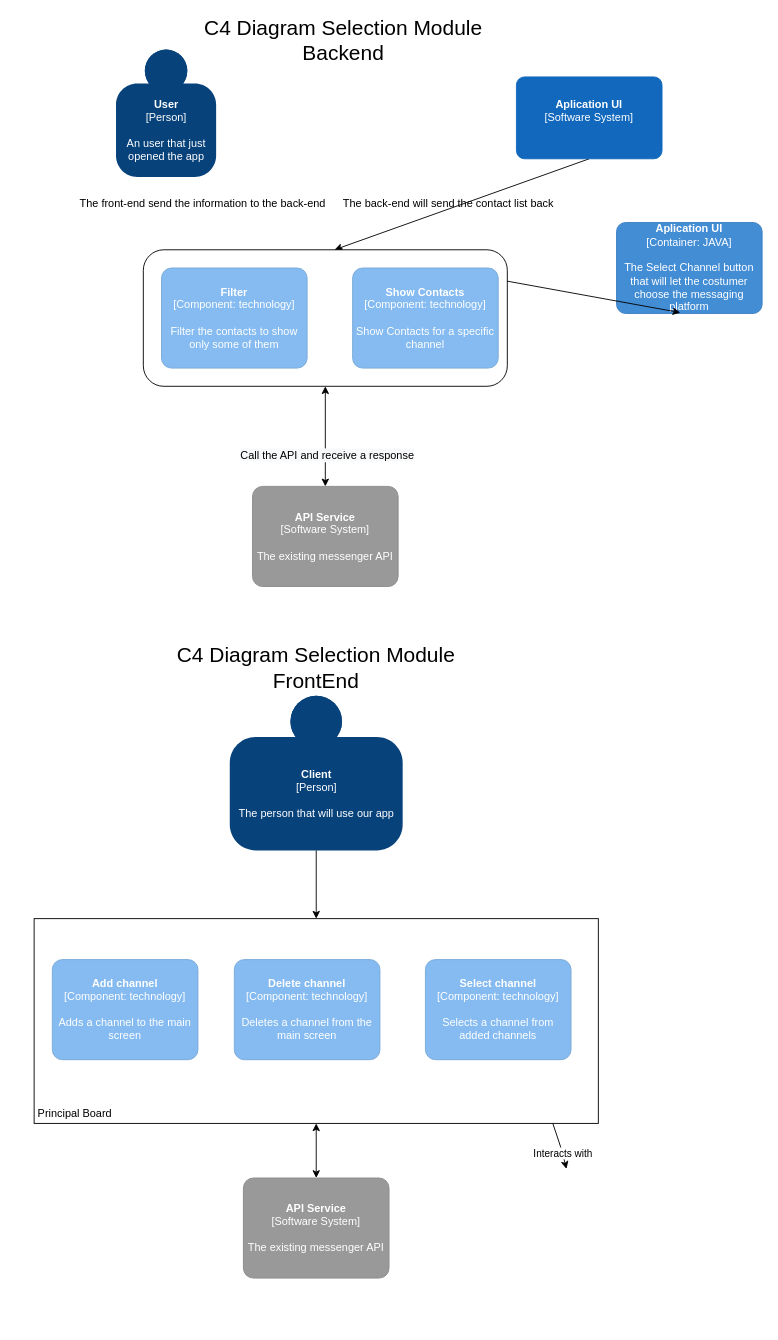
HristeaIonut/Morse-Diagrams keeps this draw.io diagram as page "Channel Management Module" (2 of 4) of Diagrama_Finala_IP.drawio. Above is the earlier version. Source tidied: cells renumbered, new cells numbered last; positions are measured from the earlier drawing's top-left corner, leaving out a move shared by most shapes. Both pictures are drawn from the tidied source at 91%, with x=0, y=0 at pixel (15, 31).
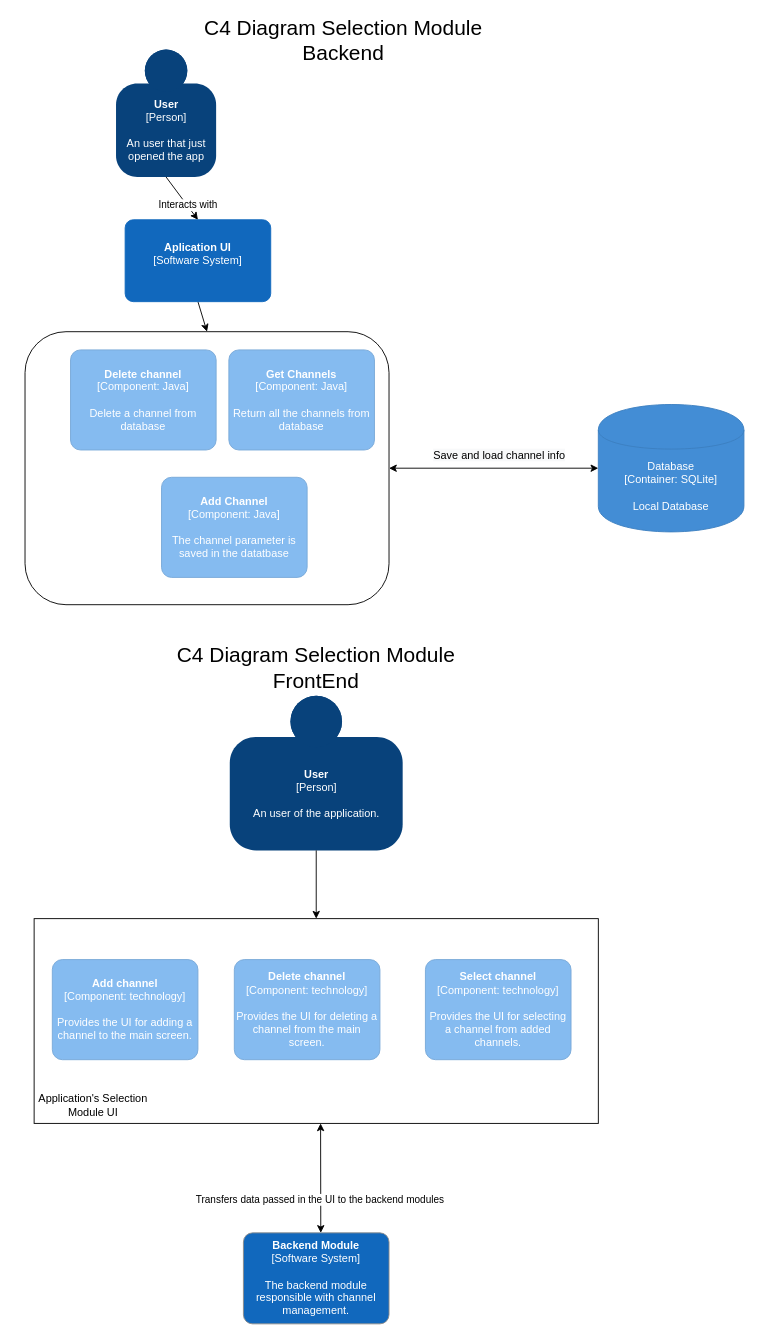
The same page after the edit.

The change refers to these unchanged cells:
```xml
<mxCell id="4" style="rounded=0;whiteSpace=wrap;html=1;" parent="1" vertex="1">
  <mxGeometry x="20" y="975" width="620" height="225" as="geometry" />
</mxCell>
<object id="21" label="&lt;b&gt;%c4Name%&lt;/b&gt;&lt;div&gt;[%c4Type%]&lt;/div&gt;&lt;br&gt;&lt;div&gt;%c4Description%&lt;/div&gt;" c4Description="An user that just &#10;opened the app" c4Name="User" c4Type="Person" placeholders="1">
  <mxCell style="html=1;dashed=0;whitespace=wrap;fillColor=#08427b;strokeColor=none;fontColor=#ffffff;shape=mxgraph.c4.person;align=center;points=[[0.5,0,0],[1,0.5,0],[1,0.75,0],[0.75,1,0],[0.5,1,0],[0.25,1,0],[0,0.75,0],[0,0.5,0]];metaData={&quot;c4Type&quot;:{&quot;editable&quot;:false}};" parent="1" vertex="1">
    <mxGeometry x="110" y="20" width="110" height="140" as="geometry" />
  </mxCell>
</object>
```

The edit, as a diff of the source:
```diff
@@
-    <object id="2" label="&lt;b&gt;%c4Name%&lt;/b&gt;&lt;div&gt;[%c4Type%]&lt;/div&gt;&lt;br&gt;&lt;div&gt;%c4Description%&lt;/div&gt;" c4Description="The person that will use our app&#10;" c4Name="Client" c4Type="Person" placeholders="1">
+    <object id="2" label="&lt;b&gt;%c4Name%&lt;/b&gt;&lt;div&gt;[%c4Type%]&lt;/div&gt;&lt;br&gt;&lt;div&gt;%c4Description%&lt;/div&gt;" c4Description="An user of the application." c4Name="User" c4Type="Person" placeholders="1">
       <mxCell style="html=1;dashed=0;whitespace=wrap;fillColor=#08427b;strokeColor=none;fontColor=#ffffff;shape=mxgraph.c4.person;align=center;points=[[0.5,0,0],[1,0.5,0],[1,0.75,0],[0.75,1,0],[0.5,1,0],[0.25,1,0],[0,0.75,0],[0,0.5,0]];metaData={&quot;c4Type&quot;:{&quot;editable&quot;:false}};" parent="1" vertex="1">
         <mxGeometry x="235" y="730" width="190" height="170" as="geometry" />
       </mxCell>
     </object>
@@
-    <mxCell id="5" value="Principal Board" style="text;html=1;strokeColor=none;fillColor=none;align=center;verticalAlign=middle;whiteSpace=wrap;rounded=0;" parent="1" vertex="1">
-      <mxGeometry y="1180" width="130" height="20" as="geometry" />
+    <mxCell id="5" value="&lt;div&gt;Application's Selection Module UI&lt;/div&gt;" style="text;html=1;strokeColor=none;fillColor=none;align=center;verticalAlign=middle;whiteSpace=wrap;rounded=0;" parent="1" vertex="1">
+      <mxGeometry x="20" y="1170" width="130" height="20" as="geometry" />
     </mxCell>
@@
-    <object id="9" label="&lt;b&gt;%c4Name%&lt;/b&gt;&lt;div&gt;[%c4Type%]&lt;/div&gt;&lt;br&gt;&lt;div&gt;%c4Description%&lt;/div&gt;" c4Description="The existing messenger API" c4Name="API Service" c4Type="Software System" placeholders="1">
-      <mxCell style="rounded=1;whiteSpace=wrap;html=1;labelBackgroundColor=none;fillColor=#999999;fontColor=#ffffff;align=center;arcSize=10;strokeColor=#8A8A8A;metaData={&quot;c4Type&quot;:{&quot;editable&quot;:false}};points=[[0.25,0,0],[0.5,0,0],[0.75,0,0],[1,0.25,0],[1,0.5,0],[1,0.75,0],[0.75,1,0],[0.5,1,0],[0.25,1,0],[0,0.75,0],[0,0.5,0],[0,0.25,0]];" parent="1" vertex="1">
-        <mxGeometry x="250" y="1260" width="160" height="110" as="geometry" />
-      </mxCell>
-    </object>
-    <mxCell id="10" style="endArrow=classic;startArrow=classic;html=1;exitX=0.5;exitY=1;exitDx=0;exitDy=0;entryX=0.5;entryY=0;entryDx=0;entryDy=0;entryPerimeter=0;" parent="1" edge="1" source="4" target="9">
-      <mxGeometry relative="1" as="geometry" />
-    </mxCell>
-    <object id="11" label="&lt;b&gt;%c4Name%&lt;/b&gt;&lt;div&gt;[%c4Type%: %c4Technology%]&lt;/div&gt;&lt;br&gt;&lt;div&gt;%c4Description%&lt;/div&gt;" c4Description="The Select Channel button that will let the costumer choose the messaging platform" c4Name="Aplication UI" c4Technology="JAVA" c4Type="Container" placeholders="1">
-      <mxCell style="rounded=1;whiteSpace=wrap;html=1;labelBackgroundColor=none;fillColor=#438DD5;fontColor=#ffffff;align=center;arcSize=10;strokeColor=#3C7FC0;metaData={&quot;c4Type&quot;:{&quot;editable&quot;:false}};points=[[0.25,0,0],[0.5,0,0],[0.75,0,0],[1,0.25,0],[1,0.5,0],[1,0.75,0],[0.75,1,0],[0.5,1,0],[0.25,1,0],[0,0.75,0],[0,0.5,0],[0,0.25,0]];" parent="1" vertex="1">
-        <mxGeometry x="660" y="210" width="160" height="100" as="geometry" />
-      </mxCell>
-    </object>
-    <mxCell id="12" style="endArrow=classic;html=1;exitX=0.5;exitY=1;exitDx=0;exitDy=0;exitPerimeter=0;entryX=0.5;entryY=0;entryDx=0;entryDy=0;entryPerimeter=0;" parent="1" edge="1" source="23">
-      <mxGeometry relative="1" as="geometry">
-        <mxPoint x="350" y="240" as="targetPoint" />
-      </mxGeometry>
+    <mxCell id="12" style="endArrow=classic;html=1;exitX=0.5;exitY=1;exitDx=0;exitDy=0;exitPerimeter=0;entryX=0.5;entryY=0;entryDx=0;entryDy=0;" parent="1" edge="1" source="23" target="16">
+      <mxGeometry relative="1" as="geometry" />
     </mxCell>
-    <mxCell id="13" value="The front-end send the information to the back-end" style="text;html=1;align=center;verticalAlign=middle;" parent="1" vertex="1">
-      <mxGeometry x="60" y="180" width="290" height="20" as="geometry" />
-    </mxCell>
-    <mxCell id="14" style="endArrow=classic;startArrow=classic;html=1;exitX=0.5;exitY=0;exitDx=0;exitDy=0;exitPerimeter=0;entryX=0.438;entryY=0.99;entryDx=0;entryDy=0;entryPerimeter=0;" parent="1" edge="1" target="11">
-      <mxGeometry relative="1" as="geometry">
-        <mxPoint x="350" y="240" as="sourcePoint" />
-      </mxGeometry>
-    </mxCell>
-    <mxCell id="15" value="The back-end will send the contact list back&lt;br&gt;" style="text;html=1;align=center;verticalAlign=middle;" parent="1" vertex="1">
-      <mxGeometry x="350" y="180" width="250" height="20" as="geometry" />
-    </mxCell>
     <mxCell id="16" style="rounded=1;whiteSpace=wrap;html=1;" parent="1" vertex="1">
-      <mxGeometry x="140" y="240" width="400" height="150" as="geometry" />
+      <mxGeometry x="10" y="330" width="400" height="300" as="geometry" />
     </mxCell>
-    <mxCell id="17" style="endArrow=classic;startArrow=classic;html=1;entryX=0.5;entryY=0;entryDx=0;entryDy=0;entryPerimeter=0;exitX=0.5;exitY=1;exitDx=0;exitDy=0;" parent="1" edge="1" source="16" target="28">
-      <mxGeometry relative="1" as="geometry" />
-    </mxCell>
-    <mxCell id="18" value="&lt;span style=&quot;font-size: 12px ; background-color: rgb(248 , 249 , 250)&quot;&gt;Call the API and receive a response&lt;/span&gt;" style="edgeLabel;html=1;align=center;verticalAlign=middle;" parent="17" vertex="1">
-      <mxGeometry x="0.36" y="1" relative="1" as="geometry" />
-    </mxCell>
@@
-    <object id="22" label="&lt;b&gt;%c4Name%&lt;/b&gt;&lt;div&gt;[%c4Type%: %c4Technology%]&lt;/div&gt;&lt;br&gt;&lt;div&gt;%c4Description%&lt;/div&gt;" c4Description="Adds a channel to the main screen" c4Name="Add channel" c4Technology="technology" c4Type="Component" placeholders="1">
+    <object id="22" label="&lt;b&gt;%c4Name%&lt;/b&gt;&lt;div&gt;[%c4Type%: %c4Technology%]&lt;/div&gt;&lt;br&gt;&lt;div&gt;%c4Description%&lt;/div&gt;" c4Description="Provides the UI for adding a channel to the main screen." c4Name="Add channel" c4Technology="technology" c4Type="Component" placeholders="1">
       <mxCell style="rounded=1;whiteSpace=wrap;html=1;labelBackgroundColor=none;fillColor=#85BBF0;fontColor=#ffffff;align=center;arcSize=10;strokeColor=#78A8D8;metaData={&quot;c4Type&quot;:{&quot;editable&quot;:false}};" parent="1" vertex="1">
         <mxGeometry x="40" y="1020" width="160" height="110" as="geometry" />
       </mxCell>
     </object>
     <object id="23" label="&lt;b&gt;%c4Name%&lt;/b&gt;&lt;div&gt;[%c4Type%]&lt;/div&gt;&lt;br&gt;&lt;div&gt;%c4Description%&lt;/div&gt;" c4Description="" c4Name="Aplication UI" c4Type="Software System" placeholders="1">
       <mxCell style="rounded=1;whiteSpace=wrap;html=1;labelBackgroundColor=none;fillColor=#1168BD;fontColor=#ffffff;align=center;arcSize=10;strokeColor=#1168BD;metaData={&quot;c4Type&quot;:{&quot;editable&quot;:false}};points=[[0.25,0,0],[0.5,0,0],[0.75,0,0],[1,0.25,0],[1,0.5,0],[1,0.75,0],[0.75,1,0],[0.5,1,0],[0.25,1,0],[0,0.75,0],[0,0.5,0],[0,0.25,0]];" parent="1" vertex="1">
-        <mxGeometry x="550" y="50" width="160" height="90" as="geometry" />
+        <mxGeometry x="120" y="207" width="160" height="90" as="geometry" />
       </mxCell>
     </object>
-    <object id="24" label="&lt;b&gt;%c4Name%&lt;/b&gt;&lt;div&gt;[%c4Type%: %c4Technology%]&lt;/div&gt;&lt;br&gt;&lt;div&gt;%c4Description%&lt;/div&gt;" c4Description="Deletes a channel from the main screen" c4Name="Delete channel&#10;" c4Technology="technology" c4Type="Component" placeholders="1">
+    <object id="24" label="&lt;b&gt;%c4Name%&lt;/b&gt;&lt;div&gt;[%c4Type%: %c4Technology%]&lt;/div&gt;&lt;br&gt;&lt;div&gt;%c4Description%&lt;/div&gt;" c4Description="Provides the UI for deleting a channel from the main screen." c4Name="Delete channel&#10;" c4Technology="technology" c4Type="Component" placeholders="1">
       <mxCell style="rounded=1;whiteSpace=wrap;html=1;labelBackgroundColor=none;fillColor=#85BBF0;fontColor=#ffffff;align=center;arcSize=10;strokeColor=#78A8D8;metaData={&quot;c4Type&quot;:{&quot;editable&quot;:false}};" parent="1" vertex="1">
         <mxGeometry x="240" y="1020" width="160" height="110" as="geometry" />
       </mxCell>
     </object>
-    <object id="25" label="&lt;b&gt;%c4Name%&lt;/b&gt;&lt;div&gt;[%c4Type%: %c4Technology%]&lt;/div&gt;&lt;br&gt;&lt;div&gt;%c4Description%&lt;/div&gt;" c4Description="Selects a channel from added channels" c4Name="Select channel" c4Technology="technology" c4Type="Component" placeholders="1">
+    <object id="25" label="&lt;b&gt;%c4Name%&lt;/b&gt;&lt;div&gt;[%c4Type%: %c4Technology%]&lt;/div&gt;&lt;br&gt;&lt;div&gt;%c4Description%&lt;/div&gt;" c4Description="Provides the UI for selecting a channel from added channels." c4Name="Select channel" c4Technology="technology" c4Type="Component" placeholders="1">
       <mxCell style="rounded=1;whiteSpace=wrap;html=1;labelBackgroundColor=none;fillColor=#85BBF0;fontColor=#ffffff;align=center;arcSize=10;strokeColor=#78A8D8;metaData={&quot;c4Type&quot;:{&quot;editable&quot;:false}};" parent="1" vertex="1">
         <mxGeometry x="450" y="1020" width="160" height="110" as="geometry" />
       </mxCell>
     </object>
-    <object id="26" label="&lt;b&gt;%c4Name%&lt;/b&gt;&lt;div&gt;[%c4Type%: %c4Technology%]&lt;/div&gt;&lt;br&gt;&lt;div&gt;%c4Description%&lt;/div&gt;" c4Description="Show Contacts for a specific channel" c4Name="Show Contacts" c4Technology="technology" c4Type="Component" placeholders="1">
+    <object id="26" label="&lt;b&gt;%c4Name%&lt;/b&gt;&lt;div&gt;[%c4Type%: %c4Technology%]&lt;/div&gt;&lt;br&gt;&lt;div&gt;%c4Description%&lt;/div&gt;" c4Description="Return all the channels from database" c4Name="Get Channels" c4Technology="Java" c4Type="Component" placeholders="1">
       <mxCell style="rounded=1;whiteSpace=wrap;html=1;labelBackgroundColor=none;fillColor=#85BBF0;fontColor=#ffffff;align=center;arcSize=10;strokeColor=#78A8D8;metaData={&quot;c4Type&quot;:{&quot;editable&quot;:false}};" parent="1" vertex="1">
-        <mxGeometry x="370" y="260" width="160" height="110" as="geometry" />
+        <mxGeometry x="234" y="350" width="160" height="110" as="geometry" />
       </mxCell>
     </object>
-    <object id="27" label="&lt;b&gt;%c4Name%&lt;/b&gt;&lt;div&gt;[%c4Type%: %c4Technology%]&lt;/div&gt;&lt;br&gt;&lt;div&gt;%c4Description%&lt;/div&gt;" c4Description="Filter the contacts to show only some of them" c4Name="Filter" c4Technology="technology" c4Type="Component" placeholders="1">
+    <object id="27" label="&lt;b&gt;%c4Name%&lt;/b&gt;&lt;div&gt;[%c4Type%: %c4Technology%]&lt;/div&gt;&lt;br&gt;&lt;div&gt;%c4Description%&lt;/div&gt;" c4Description="Delete a channel from database" c4Name="Delete channel" c4Technology="Java" c4Type="Component" placeholders="1">
       <mxCell style="rounded=1;whiteSpace=wrap;html=1;labelBackgroundColor=none;fillColor=#85BBF0;fontColor=#ffffff;align=center;arcSize=10;strokeColor=#78A8D8;metaData={&quot;c4Type&quot;:{&quot;editable&quot;:false}};" parent="1" vertex="1">
-        <mxGeometry x="160" y="260" width="160" height="110" as="geometry" />
+        <mxGeometry x="60" y="350" width="160" height="110" as="geometry" />
       </mxCell>
     </object>
-    <object id="28" label="&lt;b&gt;%c4Name%&lt;/b&gt;&lt;div&gt;[%c4Type%]&lt;/div&gt;&lt;br&gt;&lt;div&gt;%c4Description%&lt;/div&gt;" c4Description="The existing messenger API" c4Name="API Service" c4Type="Software System" placeholders="1">
-      <mxCell style="rounded=1;whiteSpace=wrap;html=1;labelBackgroundColor=none;fillColor=#999999;fontColor=#ffffff;align=center;arcSize=10;strokeColor=#8A8A8A;metaData={&quot;c4Type&quot;:{&quot;editable&quot;:false}};points=[[0.25,0,0],[0.5,0,0],[0.75,0,0],[1,0.25,0],[1,0.5,0],[1,0.75,0],[0.75,1,0],[0.5,1,0],[0.25,1,0],[0,0.75,0],[0,0.5,0],[0,0.25,0]];" parent="1" vertex="1">
-        <mxGeometry x="260" y="500" width="160" height="110" as="geometry" />
-      </mxCell>
-    </object>
-    <mxCell id="29" style="endArrow=classic;html=1;exitX=0.5;exitY=1;exitDx=0;exitDy=0;exitPerimeter=0;entryX=0.5;entryY=0;entryDx=0;entryDy=0;entryPerimeter=0;" parent="1" edge="1">
-      <mxGeometry relative="1" as="geometry">
-        <mxPoint x="590" y="1200" as="sourcePoint" />
-        <mxPoint x="605" y="1250" as="targetPoint" />
-        <Array as="points">
-          <mxPoint x="600" y="1230" />
-        </Array>
-      </mxGeometry>
-    </mxCell>
+    <mxCell id="31" style="endArrow=classic;html=1;entryX=0.5;entryY=0;entryDx=0;entryDy=0;entryPerimeter=0;exitX=0.5;exitY=1;exitDx=0;exitDy=0;exitPerimeter=0;" parent="1" edge="1" source="21" target="23">
+      <mxGeometry relative="1" as="geometry" />
+    </mxCell>
-    <mxCell id="30" value="Interacts with" style="edgeLabel;html=1;align=center;verticalAlign=middle;" parent="29" vertex="1">
+    <mxCell id="30" value="Interacts with" style="edgeLabel;html=1;align=center;verticalAlign=middle;" parent="31" vertex="1">
       <mxGeometry x="0.34" relative="1" as="geometry">
         <mxPoint y="-1" as="offset" />
       </mxGeometry>
     </mxCell>
+    <mxCell id="32" style="endArrow=classic;startArrow=classic;html=1;exitX=0.454;exitY=0.999;exitDx=0;exitDy=0;exitPerimeter=0;" parent="1" edge="1">
+      <mxGeometry relative="1" as="geometry">
+        <mxPoint x="334.8" y="1200" as="sourcePoint" />
+        <mxPoint x="335" y="1320.3" as="targetPoint" />
+      </mxGeometry>
+    </mxCell>
+    <mxCell id="33" value="Transfers data passed in the UI to the backend modules" style="edgeLabel;html=1;align=center;verticalAlign=middle;" parent="32" vertex="1">
+      <mxGeometry x="0.38" y="-1" relative="1" as="geometry" />
+    </mxCell>
+    <object id="34" label="%c4Type%&lt;div&gt;[Container:&amp;nbsp;%c4Technology%]&lt;/div&gt;&lt;br&gt;&lt;div&gt;%c4Description%&lt;/div&gt;" c4Description="Local Database" c4Technology="SQLite" c4Type="Database" placeholders="1">
+      <mxCell style="shape=cylinder;whiteSpace=wrap;html=1;boundedLbl=1;rounded=0;labelBackgroundColor=none;fillColor=#438DD5;fontSize=12;fontColor=#ffffff;align=center;strokeColor=#3C7FC0;points=[[0.5,0,0],[1,0.25,0],[1,0.5,0],[1,0.75,0],[0.5,1,0],[0,0.75,0],[0,0.5,0],[0,0.25,0]];metaData={&quot;c4Type&quot;:{&quot;editable&quot;:false}};" parent="1" vertex="1">
+        <mxGeometry x="640" y="410" width="160" height="140" as="geometry" />
+      </mxCell>
+    </object>
+    <mxCell id="35" style="endArrow=classic;startArrow=classic;html=1;exitX=0;exitY=0.5;exitDx=0;exitDy=0;exitPerimeter=0;entryX=1;entryY=0.5;entryDx=0;entryDy=0;" parent="1" edge="1" source="34" target="16">
+      <mxGeometry relative="1" as="geometry" />
+    </mxCell>
+    <mxCell id="36" value="&lt;span style=&quot;font-size: 12px ; background-color: rgb(248 , 249 , 250)&quot;&gt;Save and load channel info&lt;/span&gt;" style="edgeLabel;html=1;align=center;verticalAlign=middle;" parent="35" vertex="1">
+      <mxGeometry x="-0.53" y="3" relative="1" as="geometry">
+        <mxPoint x="-55.3" y="-17.7" as="offset" />
+      </mxGeometry>
+    </mxCell>
+    <object id="37" label="&lt;b&gt;%c4Name%&lt;/b&gt;&lt;div&gt;[%c4Type%: %c4Technology%]&lt;/div&gt;&lt;br&gt;&lt;div&gt;%c4Description%&lt;/div&gt;" c4Description="The channel parameter is saved in the datatbase " c4Name="Add Channel" c4Technology="Java" c4Type="Component" placeholders="1">
+      <mxCell style="rounded=1;whiteSpace=wrap;html=1;labelBackgroundColor=none;fillColor=#85BBF0;fontColor=#ffffff;align=center;arcSize=10;strokeColor=#78A8D8;metaData={&quot;c4Type&quot;:{&quot;editable&quot;:false}};" parent="1" vertex="1">
+        <mxGeometry x="160" y="490" width="160" height="110" as="geometry" />
+      </mxCell>
+    </object>
+    <object id="38" label="&lt;b&gt;%c4Name%&lt;/b&gt;&lt;div&gt;[%c4Type%]&lt;/div&gt;&lt;br&gt;&lt;div&gt;%c4Description%&lt;/div&gt;" c4Description="The backend module responsible with channel management." c4Name="Backend Module" c4Type="Software System" placeholders="1">
+      <mxCell style="rounded=1;whiteSpace=wrap;html=1;labelBackgroundColor=none;fontColor=#ffffff;align=center;arcSize=10;strokeColor=#8A8A8A;metaData={&quot;c4Type&quot;:{&quot;editable&quot;:false}};fillColor=#1168BD;" parent="1" vertex="1">
+        <mxGeometry x="250" y="1320.3" width="160" height="100" as="geometry" />
+      </mxCell>
+    </object>
```
